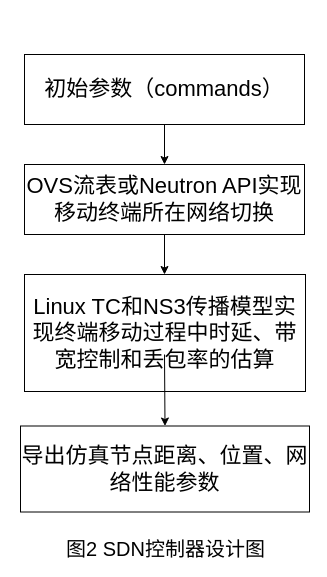
Above: SDN Controller.drawio in Icarus1994/neutron_conf (draw.io), before the change. Source tidied: cells renumbered, new cells numbered last; positions are measured from the earlier drawing's top-left corner, leaving out a move shared by most shapes. Both pictures are drawn from the tidied source at 100%, with x=0, y=0 at pixel (20, 54).
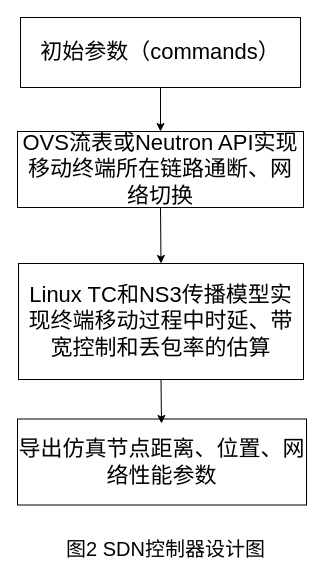
The same page after the edit.

Change to the diagram source:
```diff
@@
 <mxGraphModel>
   <root>
     <mxCell id="0" />
     <mxCell id="1" parent="0" />
-    <mxCell id="2" value="&lt;div style=&quot;font-size: 22px&quot;&gt;&lt;span&gt;OVS&lt;/span&gt;&lt;span&gt;流表&lt;/span&gt;&lt;span&gt;或&lt;/span&gt;&lt;span&gt;Neutron API&lt;/span&gt;&lt;span&gt;实现移动终端所在网络切换&lt;/span&gt;&lt;/div&gt;" style="rounded=0;whiteSpace=wrap;html=1;" parent="1" vertex="1">
-      <mxGeometry x="4" y="110" width="280" height="70" as="geometry" />
+    <mxCell id="2" value="&lt;div style=&quot;font-size: 22px&quot;&gt;&lt;span&gt;OVS&lt;/span&gt;&lt;span&gt;流表&lt;/span&gt;&lt;span&gt;或&lt;/span&gt;&lt;span&gt;Neutron API&lt;/span&gt;&lt;span&gt;实现移动终端所在链路通断、网络切换&lt;/span&gt;&lt;/div&gt;" style="rounded=0;whiteSpace=wrap;html=1;" parent="1" vertex="1">
+      <mxGeometry x="-3" y="77" width="286" height="76" as="geometry" />
     </mxCell>
     <mxCell id="3" value="&lt;div style=&quot;font-size: 22px&quot;&gt;初始参数（commands）&lt;/div&gt;" style="rounded=0;whiteSpace=wrap;html=1;" parent="1" vertex="1">
-      <mxGeometry x="4" width="280" height="70" as="geometry" />
+      <mxGeometry y="-37" width="280" height="70" as="geometry" />
     </mxCell>
     <mxCell id="4" value="&lt;div style=&quot;font-size: 22px&quot;&gt;&lt;span&gt;Linux TC&lt;/span&gt;&lt;span&gt;和&lt;/span&gt;&lt;span&gt;NS3&lt;/span&gt;&lt;span&gt;传播模型实现终端移动过程中时延、带宽控制和丢包率的估算&lt;/span&gt;&lt;/div&gt;" style="rounded=0;whiteSpace=wrap;html=1;" parent="1" vertex="1">
-      <mxGeometry x="4" y="220" width="281" height="117" as="geometry" />
+      <mxGeometry x="-2" y="209" width="285" height="116" as="geometry" />
     </mxCell>
     <mxCell id="5" value="&lt;font style=&quot;font-size: 22px&quot;&gt;导出仿真节点距离、位置、网络性能参数&lt;/font&gt;" style="rounded=0;whiteSpace=wrap;html=1;" parent="1" vertex="1">
-      <mxGeometry y="371.5" width="289" height="86" as="geometry" />
+      <mxGeometry x="-3" y="364.5" width="289" height="86" as="geometry" />
     </mxCell>
-    <mxCell id="6" style="endArrow=classic;html=1;exitX=0.5;exitY=1;exitDx=0;exitDy=0;" parent="1" edge="1" source="3">
-      <mxGeometry relative="1" as="geometry">
-        <mxPoint x="144" y="110" as="targetPoint" />
-      </mxGeometry>
+    <mxCell id="6" style="endArrow=classic;html=1;exitX=0.5;exitY=1;exitDx=0;exitDy=0;entryX=0.5;entryY=0;entryDx=0;entryDy=0;" parent="1" edge="1" source="3" target="2">
+      <mxGeometry relative="1" as="geometry" />
     </mxCell>
-    <mxCell id="7" style="endArrow=classic;html=1;exitX=0.5;exitY=1;exitDx=0;exitDy=0;" parent="1" edge="1">
-      <mxGeometry relative="1" as="geometry">
-        <mxPoint x="144" y="180" as="sourcePoint" />
-        <mxPoint x="144" y="220" as="targetPoint" />
-      </mxGeometry>
+    <mxCell id="7" style="endArrow=classic;html=1;exitX=0.5;exitY=1;exitDx=0;exitDy=0;entryX=0.5;entryY=0;entryDx=0;entryDy=0;" parent="1" edge="1" source="2" target="4">
+      <mxGeometry relative="1" as="geometry" />
     </mxCell>
-    <mxCell id="8" style="endArrow=classic;html=1;exitX=0.5;exitY=1;exitDx=0;exitDy=0;entryX=0.5;entryY=0;entryDx=0;entryDy=0;" parent="1" edge="1" target="5">
+    <mxCell id="8" style="endArrow=classic;html=1;exitX=0.5;exitY=1;exitDx=0;exitDy=0;" parent="1" edge="1" source="4">
       <mxGeometry relative="1" as="geometry">
-        <mxPoint x="144" y="300" as="sourcePoint" />
+        <mxPoint x="141" y="369" as="targetPoint" />
       </mxGeometry>
     </mxCell>
     <mxCell id="9" value="&lt;font style=&quot;font-size: 20px&quot;&gt;图2 SDN控制器设计图&lt;/font&gt;" style="text;html=1;align=center;verticalAlign=middle;fillColor=none;strokeColor=none;rounded=0;" parent="1" vertex="1">
       <mxGeometry x="40" y="483" width="209" height="21" as="geometry" />
     </mxCell>
   </root>
 </mxGraphModel>
```
